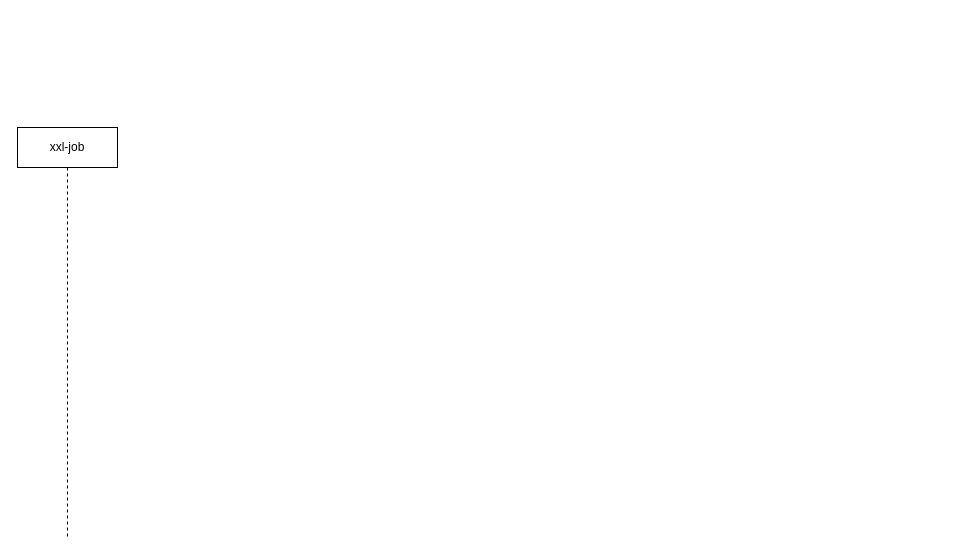
Earlier version of the draw.io diagram miyuan/拉单.drawio (smallleaf/draw.io). Source tidied: cells renumbered, new cells numbered last; positions are measured from the earlier drawing's top-left corner, leaving out a move shared by most shapes. Both pictures are drawn from the tidied source at 100%, with x=0, y=0 at pixel (17, 127).
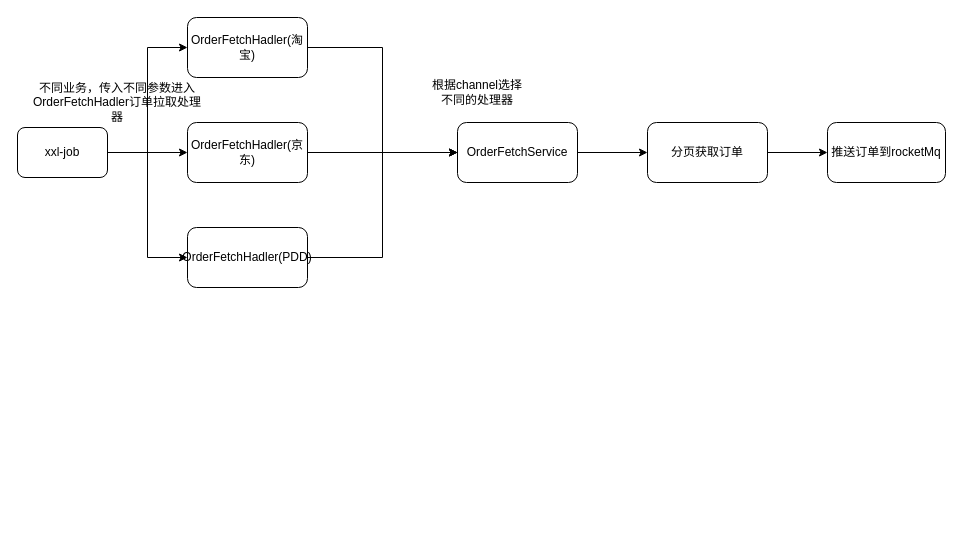
The same diagram, later.

Diff of the diagram source:
```diff
@@
 <mxGraphModel>
   <root>
     <mxCell id="0" />
     <mxCell id="1" parent="0" />
+    <mxCell id="3" style="edgeStyle=orthogonalEdgeStyle;rounded=0;jettySize=auto;html=1;exitX=1;exitY=0.5;exitDx=0;exitDy=0;entryX=0;entryY=0.5;entryDx=0;entryDy=0;" parent="1" edge="1" source="2" target="7">
+      <mxGeometry relative="1" as="geometry" />
+    </mxCell>
+    <mxCell id="4" style="edgeStyle=orthogonalEdgeStyle;rounded=0;jettySize=auto;html=1;exitX=1;exitY=0.5;exitDx=0;exitDy=0;entryX=0;entryY=0.5;entryDx=0;entryDy=0;" parent="1" edge="1" source="2" target="9">
+      <mxGeometry relative="1" as="geometry" />
+    </mxCell>
+    <mxCell id="5" style="edgeStyle=orthogonalEdgeStyle;rounded=0;jettySize=auto;html=1;exitX=1;exitY=0.5;exitDx=0;exitDy=0;entryX=0;entryY=0.5;entryDx=0;entryDy=0;" parent="1" edge="1" source="2" target="11">
+      <mxGeometry relative="1" as="geometry" />
+    </mxCell>
-    <mxCell id="2" value="xxl-job" style="shape=umlLifeline;perimeter=lifelinePerimeter;whiteSpace=wrap;html=1;outlineConnect=0;portConstraint=eastwest;newEdgeStyle={&quot;curved&quot;:0,&quot;rounded&quot;:0};" parent="1" vertex="1">
-      <mxGeometry width="100" height="410" as="geometry" />
+    <mxCell id="2" value="xxl-job" style="rounded=1;whiteSpace=wrap;html=1;" parent="1" vertex="1">
+      <mxGeometry width="90" height="50" as="geometry" />
     </mxCell>
+    <mxCell id="6" style="edgeStyle=orthogonalEdgeStyle;rounded=0;jettySize=auto;html=1;exitX=1;exitY=0.5;exitDx=0;exitDy=0;entryX=0;entryY=0.5;entryDx=0;entryDy=0;" parent="1" edge="1" source="7" target="14">
+      <mxGeometry relative="1" as="geometry" />
+    </mxCell>
+    <mxCell id="7" value="OrderFetchHadler(淘宝)" style="rounded=1;whiteSpace=wrap;html=1;" parent="1" vertex="1">
+      <mxGeometry x="170" y="-110" width="120" height="60" as="geometry" />
+    </mxCell>
+    <mxCell id="8" style="edgeStyle=orthogonalEdgeStyle;rounded=0;jettySize=auto;html=1;exitX=1;exitY=0.5;exitDx=0;exitDy=0;entryX=0;entryY=0.5;entryDx=0;entryDy=0;" parent="1" edge="1" source="9" target="14">
+      <mxGeometry relative="1" as="geometry" />
+    </mxCell>
+    <mxCell id="9" value="OrderFetchHadler(京东)" style="rounded=1;whiteSpace=wrap;html=1;" parent="1" vertex="1">
+      <mxGeometry x="170" y="-5" width="120" height="60" as="geometry" />
+    </mxCell>
+    <mxCell id="10" style="edgeStyle=orthogonalEdgeStyle;rounded=0;jettySize=auto;html=1;exitX=1;exitY=0.5;exitDx=0;exitDy=0;entryX=0;entryY=0.5;entryDx=0;entryDy=0;" parent="1" edge="1" source="11" target="14">
+      <mxGeometry relative="1" as="geometry" />
+    </mxCell>
+    <mxCell id="11" value="OrderFetchHadler(PDD)" style="rounded=1;whiteSpace=wrap;html=1;" parent="1" vertex="1">
+      <mxGeometry x="170" y="100" width="120" height="60" as="geometry" />
+    </mxCell>
+    <mxCell id="12" value="不同业务，传入不同参数进入OrderFetchHadler订单拉取处理器" style="text;html=1;align=center;verticalAlign=middle;whiteSpace=wrap;rounded=0;" parent="1" vertex="1">
+      <mxGeometry x="10" y="-40" width="180" height="30" as="geometry" />
+    </mxCell>
+    <mxCell id="13" style="edgeStyle=orthogonalEdgeStyle;rounded=0;jettySize=auto;html=1;exitX=1;exitY=0.5;exitDx=0;exitDy=0;entryX=0;entryY=0.5;entryDx=0;entryDy=0;" parent="1" edge="1" source="14" target="17">
+      <mxGeometry relative="1" as="geometry" />
+    </mxCell>
+    <mxCell id="14" value="OrderFetchService" style="rounded=1;whiteSpace=wrap;html=1;" parent="1" vertex="1">
+      <mxGeometry x="440" y="-5" width="120" height="60" as="geometry" />
+    </mxCell>
+    <mxCell id="15" value="根据channel选择不同的处理器" style="text;html=1;align=center;verticalAlign=middle;whiteSpace=wrap;rounded=0;" parent="1" vertex="1">
+      <mxGeometry x="410" y="-50" width="100" height="30" as="geometry" />
+    </mxCell>
+    <mxCell id="16" style="edgeStyle=orthogonalEdgeStyle;rounded=0;jettySize=auto;html=1;" parent="1" edge="1" source="17" target="18">
+      <mxGeometry relative="1" as="geometry" />
+    </mxCell>
+    <mxCell id="17" value="分页获取订单" style="rounded=1;whiteSpace=wrap;html=1;" parent="1" vertex="1">
+      <mxGeometry x="630" y="-5" width="120" height="60" as="geometry" />
+    </mxCell>
+    <mxCell id="18" value="推送订单到rocketMq" style="rounded=1;whiteSpace=wrap;html=1;" parent="1" vertex="1">
+      <mxGeometry x="810" y="-5" width="118" height="60" as="geometry" />
+    </mxCell>
   </root>
 </mxGraphModel>
```
